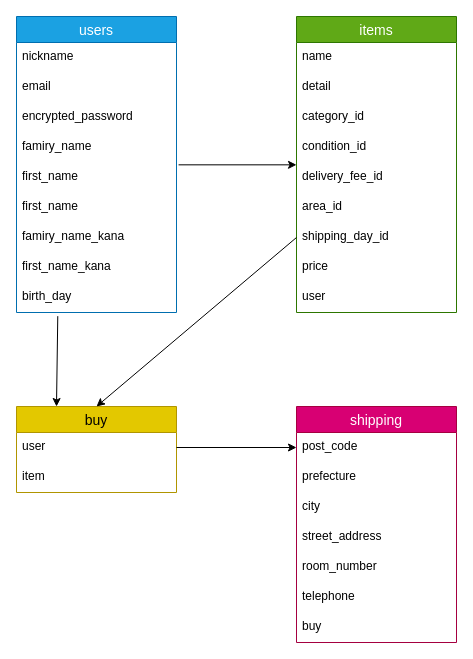
This is app/views/layouts/furima.dio from soypo/furima-39399, a draw.io file, before an edit. Source tidied: cells renumbered, new cells numbered last; positions are measured from the earlier drawing's top-left corner, leaving out a move shared by most shapes. Both pictures are drawn from the tidied source at 100%, with x=0, y=0 at pixel (16, 16).
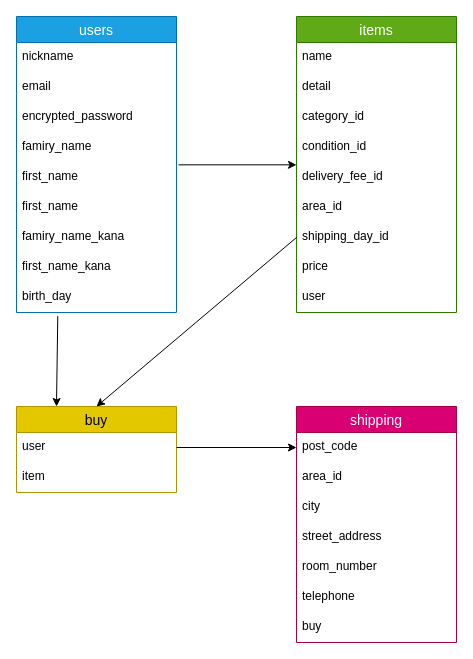
Above is the later version.

The change refers to these unchanged cells:
```xml
<mxCell id="26" value="shipping" style="swimlane;fontStyle=0;horizontal=1;startSize=26;align=center;fontSize=14;fillColor=#d80073;strokeColor=#A50040;fontColor=#ffffff;" parent="1" vertex="1">
  <mxGeometry x="280" y="390" width="160" height="236" as="geometry" />
</mxCell>
```

What changed in the source:
```diff
@@
-    <mxCell id="28" value="prefecture" style="text;strokeColor=none;fillColor=none;spacingLeft=4;spacingRight=4;overflow=hidden;fontSize=12;" parent="26" vertex="1">
+    <mxCell id="28" value="area_id" style="text;strokeColor=none;fillColor=none;spacingLeft=4;spacingRight=4;overflow=hidden;fontSize=12;" parent="26" vertex="1">
       <mxGeometry y="56" width="160" height="30" as="geometry" />
     </mxCell>
```
